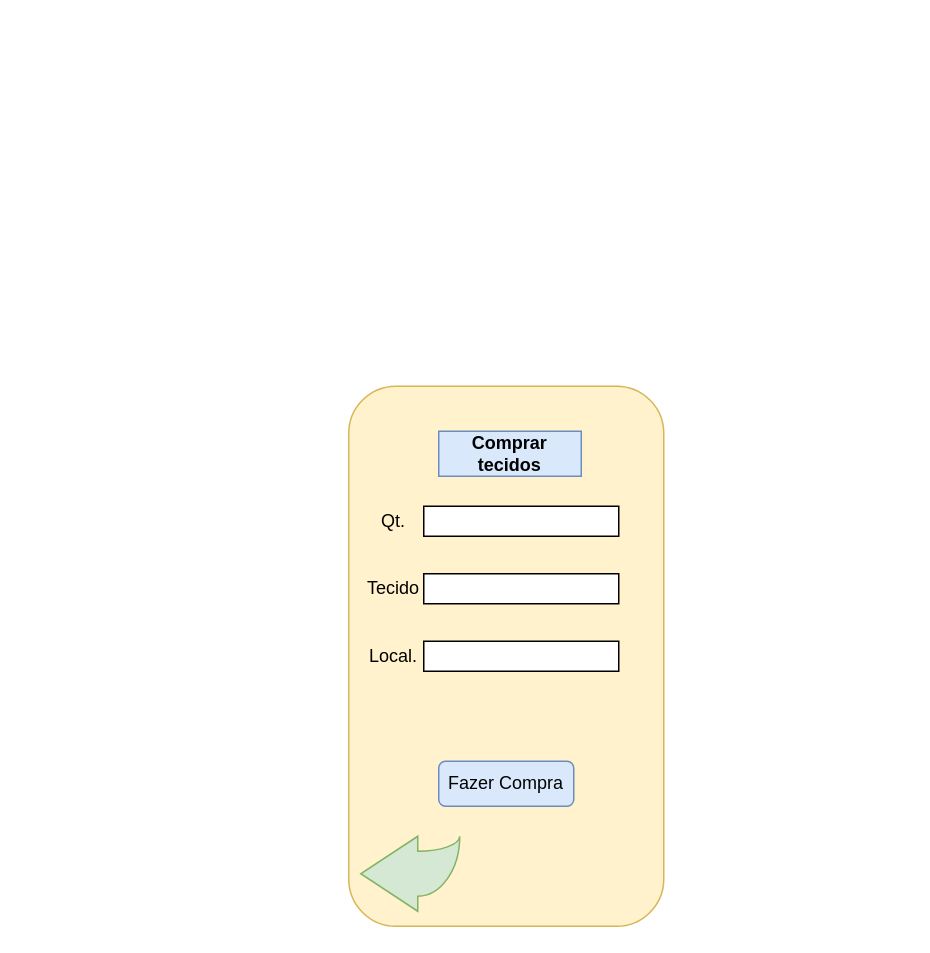
Before: Doc/telas.drawio in arthurmatheusfr/projeto-novo, a draw.io diagram. Source tidied: cells renumbered, new cells numbered last; positions are measured from the earlier drawing's top-left corner, leaving out a move shared by most shapes. Both pictures are drawn from the tidied source at 150%, with x=0, y=0 at pixel (348, 386).
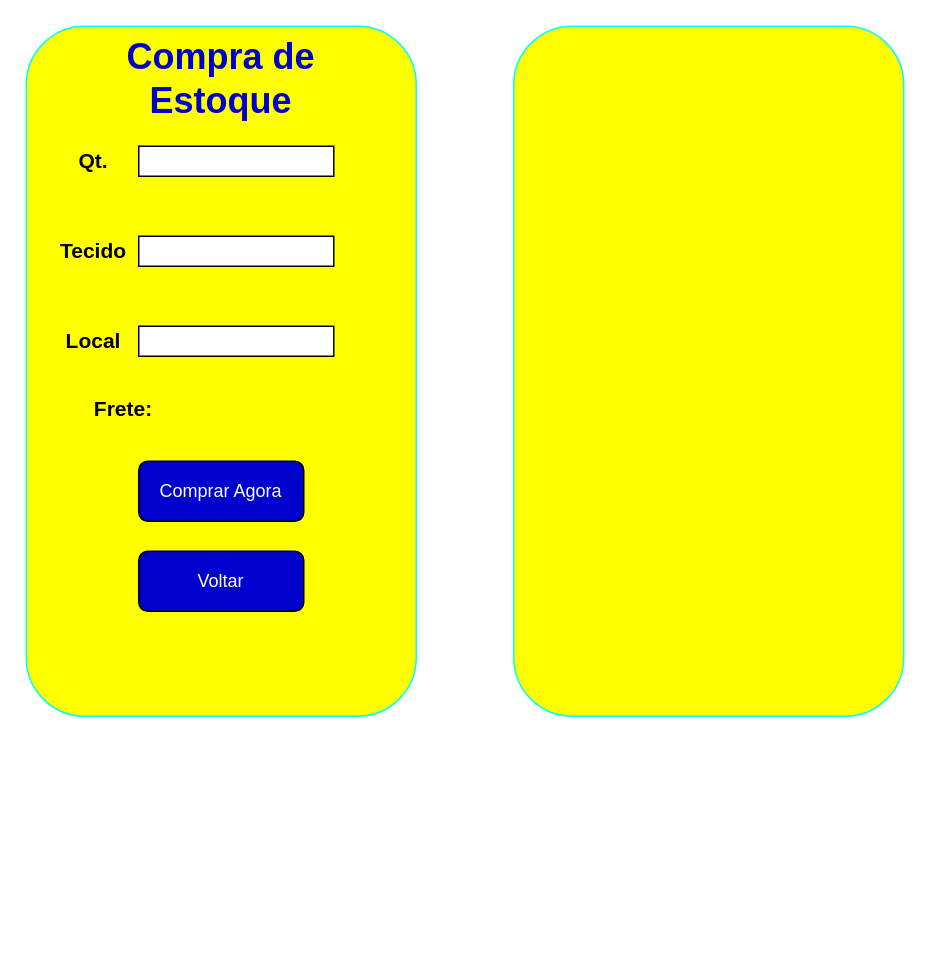
The same diagram, later.

The edit, as a diff of the source:
```diff
@@
 <mxGraphModel>
   <root>
     <mxCell id="0" />
     <mxCell id="1" parent="0" />
-    <mxCell id="2" style="rounded=1;whiteSpace=wrap;html=1;fillColor=#fff2cc;strokeColor=#d6b656;" parent="1" vertex="1">
-      <mxGeometry width="210" height="360" as="geometry" />
-    </mxCell>
-    <mxCell id="3" value="&lt;b&gt;Comprar tecidos&lt;/b&gt;" style="text;html=1;align=center;verticalAlign=middle;whiteSpace=wrap;rounded=0;fillColor=#dae8fc;strokeColor=#6c8ebf;" parent="1" vertex="1">
-      <mxGeometry x="60" y="30" width="95" height="30" as="geometry" />
-    </mxCell>
-    <mxCell id="4" style="rounded=0;whiteSpace=wrap;html=1;" parent="1" vertex="1">
-      <mxGeometry x="50" y="80" width="130" height="20" as="geometry" />
-    </mxCell>
+    <mxCell id="12" style="rounded=1;whiteSpace=wrap;html=1;fillColor=#FFFF00;strokeColor=#00FFFF;" parent="1" vertex="1">
+      <mxGeometry x="-215" y="-240" width="260" height="460" as="geometry" />
+    </mxCell>
+    <mxCell id="13" value="&lt;font color=&quot;#0000cc&quot; style=&quot;font-size: 24px;&quot;&gt;&lt;b style=&quot;&quot;&gt;Compra de Estoque&lt;/b&gt;&lt;/font&gt;" style="text;html=1;align=center;verticalAlign=middle;whiteSpace=wrap;rounded=0;" parent="1" vertex="1">
+      <mxGeometry x="-160" y="-220" width="150" height="30" as="geometry" />
+    </mxCell>
+    <mxCell id="14" style="rounded=0;whiteSpace=wrap;html=1;" parent="1" vertex="1">
+      <mxGeometry x="-140" y="-160" width="130" height="20" as="geometry" />
+    </mxCell>
-    <mxCell id="5" value="Qt." style="text;html=1;align=center;verticalAlign=middle;whiteSpace=wrap;rounded=0;" parent="1" vertex="1">
-      <mxGeometry y="75" width="60" height="30" as="geometry" />
+    <mxCell id="5" value="&lt;font style=&quot;font-size: 14px;&quot;&gt;&lt;b&gt;Qt.&lt;/b&gt;&lt;/font&gt;" style="text;html=1;align=center;verticalAlign=middle;whiteSpace=wrap;rounded=0;" parent="1" vertex="1">
+      <mxGeometry x="-200" y="-165" width="60" height="30" as="geometry" />
     </mxCell>
-    <mxCell id="6" style="rounded=0;whiteSpace=wrap;html=1;" parent="1" vertex="1">
-      <mxGeometry x="50" y="125" width="130" height="20" as="geometry" />
-    </mxCell>
+    <mxCell id="15" style="rounded=0;whiteSpace=wrap;html=1;" parent="1" vertex="1">
+      <mxGeometry x="-140" y="-100" width="130" height="20" as="geometry" />
+    </mxCell>
-    <mxCell id="7" value="Tecido" style="text;html=1;align=center;verticalAlign=middle;whiteSpace=wrap;rounded=0;" parent="1" vertex="1">
-      <mxGeometry y="120" width="60" height="30" as="geometry" />
+    <mxCell id="7" value="&lt;font style=&quot;font-size: 14px;&quot;&gt;&lt;b&gt;Tecido&lt;/b&gt;&lt;/font&gt;" style="text;html=1;align=center;verticalAlign=middle;whiteSpace=wrap;rounded=0;" parent="1" vertex="1">
+      <mxGeometry x="-200" y="-105" width="60" height="30" as="geometry" />
     </mxCell>
-    <mxCell id="8" style="rounded=0;whiteSpace=wrap;html=1;" parent="1" vertex="1">
-      <mxGeometry x="50" y="170" width="130" height="20" as="geometry" />
-    </mxCell>
-    <mxCell id="9" value="Local." style="text;html=1;align=center;verticalAlign=middle;whiteSpace=wrap;rounded=0;" parent="1" vertex="1">
-      <mxGeometry y="165" width="60" height="30" as="geometry" />
-    </mxCell>
-    <mxCell id="10" value="Fazer Compra" style="rounded=1;whiteSpace=wrap;html=1;fillColor=#dae8fc;strokeColor=#6c8ebf;" parent="1" vertex="1">
-      <mxGeometry x="60" y="250" width="90" height="30" as="geometry" />
-    </mxCell>
-    <mxCell id="11" style="html=1;shadow=0;dashed=0;align=center;verticalAlign=middle;shape=mxgraph.arrows2.jumpInArrow;dy=15;dx=38;arrowHead=55;rotation=-180;fillColor=#d5e8d4;strokeColor=#82b366;" parent="1" vertex="1">
-      <mxGeometry x="8" y="300" width="66" height="50" as="geometry" />
-    </mxCell>
+    <mxCell id="16" style="rounded=0;whiteSpace=wrap;html=1;" parent="1" vertex="1">
+      <mxGeometry x="-140" y="-40" width="130" height="20" as="geometry" />
+    </mxCell>
+    <mxCell id="17" value="&lt;font style=&quot;font-size: 14px;&quot;&gt;&lt;b&gt;Local&lt;/b&gt;&lt;/font&gt;" style="text;html=1;align=center;verticalAlign=middle;whiteSpace=wrap;rounded=0;" parent="1" vertex="1">
+      <mxGeometry x="-200" y="-45" width="60" height="30" as="geometry" />
+    </mxCell>
+    <mxCell id="18" value="&lt;font color=&quot;#ffffff&quot;&gt;Comprar Agora&lt;/font&gt;" style="rounded=1;whiteSpace=wrap;html=1;fillColor=#0000CC;" parent="1" vertex="1">
+      <mxGeometry x="-140" y="50" width="110" height="40" as="geometry" />
+    </mxCell>
+    <mxCell id="19" value="&lt;font color=&quot;#ffffff&quot;&gt;Voltar&lt;/font&gt;" style="rounded=1;whiteSpace=wrap;html=1;fillColor=#0000CC;" parent="1" vertex="1">
+      <mxGeometry x="-140" y="110" width="110" height="40" as="geometry" />
+    </mxCell>
+    <mxCell id="20" value="&lt;b&gt;&lt;font style=&quot;font-size: 14px;&quot;&gt;Frete:&lt;/font&gt;&lt;/b&gt;" style="text;html=1;align=center;verticalAlign=middle;whiteSpace=wrap;rounded=0;" parent="1" vertex="1">
+      <mxGeometry x="-180" width="60" height="30" as="geometry" />
+    </mxCell>
+    <mxCell id="21" style="rounded=1;whiteSpace=wrap;html=1;fillColor=#FFFF00;strokeColor=#00FFFF;" parent="1" vertex="1">
+      <mxGeometry x="110" y="-240" width="260" height="460" as="geometry" />
+    </mxCell>
   </root>
 </mxGraphModel>
```
